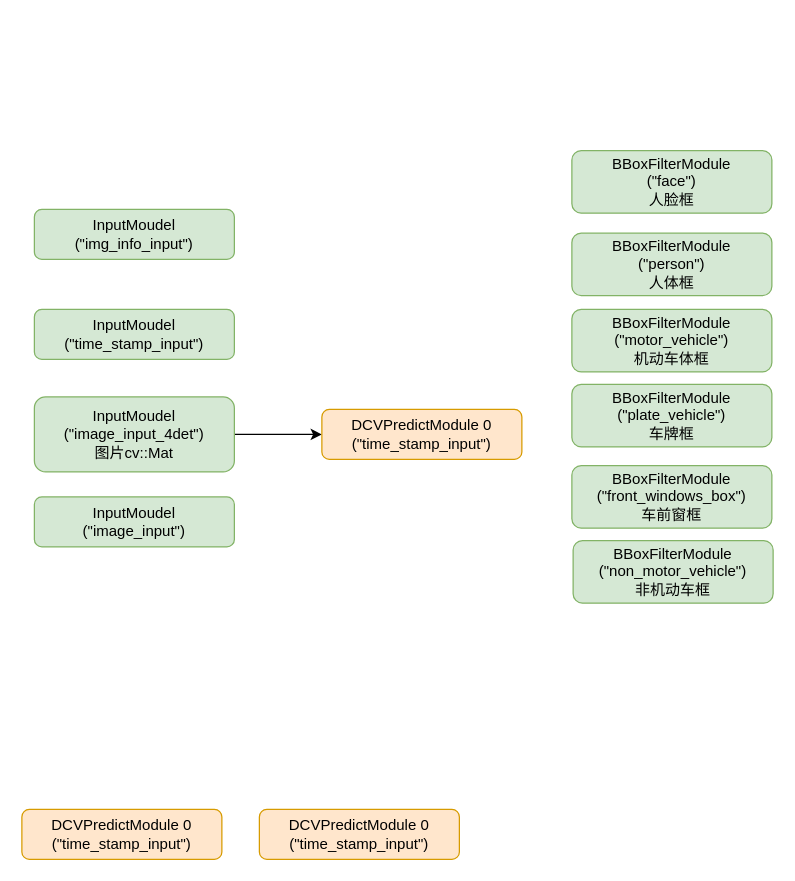
This is 全目标抓拍策略.drawio from Jacksliwen/Jacksliwen, a draw.io file, before an edit. Source tidied: cells renumbered, new cells numbered last; positions are measured from the earlier drawing's top-left corner, leaving out a move shared by most shapes. Both pictures are drawn from the tidied source at 125%, with x=0, y=0 at pixel (21, 150).
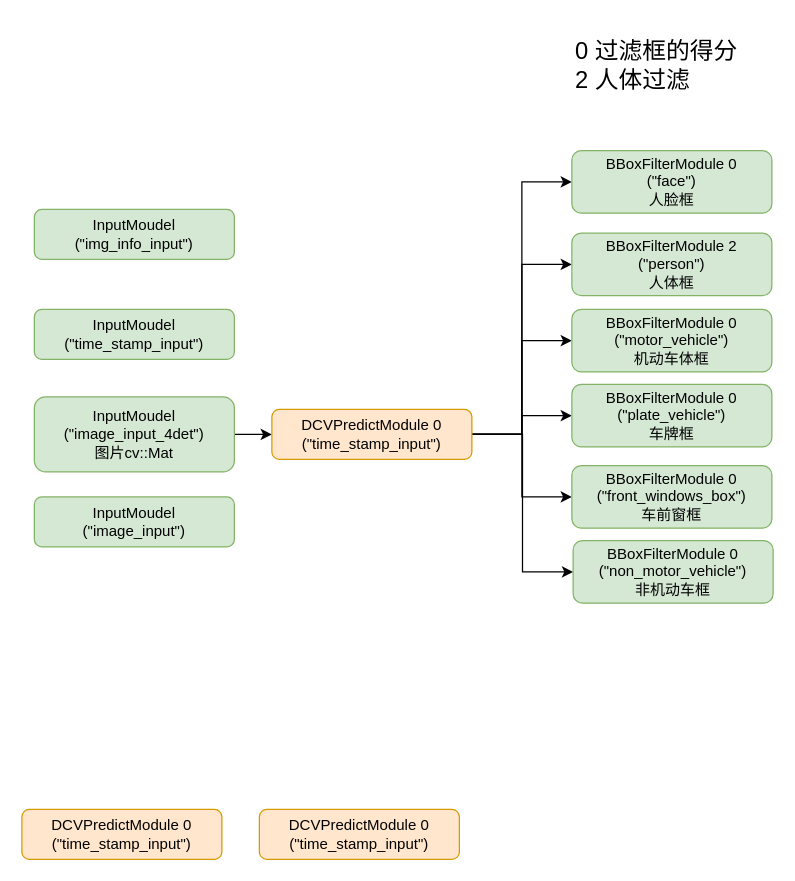
The same diagram, later.

Commit message (it also covers changes not shown here):
Update 全目标抓拍策略.drawio

Change to the diagram source:
```diff
@@
+    <mxCell id="16" style="edgeStyle=orthogonalEdgeStyle;rounded=0;jettySize=auto;html=1;entryX=0;entryY=0.5;entryDx=0;entryDy=0;fontSize=19;exitX=1;exitY=0.5;exitDx=0;exitDy=0;" parent="1" edge="1" source="7" target="11">
+      <mxGeometry relative="1" as="geometry" />
+    </mxCell>
+    <mxCell id="17" style="edgeStyle=orthogonalEdgeStyle;rounded=0;jettySize=auto;html=1;entryX=0;entryY=0.5;entryDx=0;entryDy=0;fontSize=19;" parent="1" edge="1" source="7" target="10">
+      <mxGeometry relative="1" as="geometry" />
+    </mxCell>
+    <mxCell id="18" style="edgeStyle=orthogonalEdgeStyle;rounded=0;jettySize=auto;html=1;entryX=0;entryY=0.5;entryDx=0;entryDy=0;fontSize=19;" parent="1" edge="1" source="7" target="12">
+      <mxGeometry relative="1" as="geometry" />
+    </mxCell>
+    <mxCell id="19" style="edgeStyle=orthogonalEdgeStyle;rounded=0;jettySize=auto;html=1;entryX=0;entryY=0.5;entryDx=0;entryDy=0;fontSize=19;" parent="1" edge="1" source="7" target="15">
+      <mxGeometry relative="1" as="geometry" />
+    </mxCell>
+    <mxCell id="20" style="edgeStyle=orthogonalEdgeStyle;rounded=0;jettySize=auto;html=1;entryX=0;entryY=0.5;entryDx=0;entryDy=0;fontSize=19;" parent="1" edge="1" source="7" target="14">
+      <mxGeometry relative="1" as="geometry" />
+    </mxCell>
+    <mxCell id="21" style="edgeStyle=orthogonalEdgeStyle;rounded=0;jettySize=auto;html=1;entryX=0;entryY=0.5;entryDx=0;entryDy=0;fontSize=19;" parent="1" edge="1" source="7" target="13">
+      <mxGeometry relative="1" as="geometry" />
+    </mxCell>
     <mxCell id="7" value="&lt;div&gt;DCVPredictModule 0 &lt;br&gt;&lt;/div&gt;&lt;div&gt;(&quot;time_stamp_input&quot;)&lt;/div&gt;" style="rounded=1;whiteSpace=wrap;html=1;fillColor=#ffe6cc;strokeColor=#d79b00;" parent="1" vertex="1">
-      <mxGeometry x="240" y="207" width="160" height="40" as="geometry" />
+      <mxGeometry x="200" y="207" width="160" height="40" as="geometry" />
     </mxCell>
@@
-    <mxCell id="10" value="&lt;div&gt;BBoxFilterModule&lt;/div&gt;&lt;div&gt;(&quot;person&quot;)&lt;/div&gt;&lt;div&gt;人体框&lt;br&gt;&lt;/div&gt;" style="rounded=1;whiteSpace=wrap;html=1;fillColor=#d5e8d4;strokeColor=#82b366;" parent="1" vertex="1">
+    <mxCell id="10" value="&lt;div&gt;BBoxFilterModule 2&lt;br&gt;&lt;/div&gt;&lt;div&gt;(&quot;person&quot;)&lt;/div&gt;&lt;div&gt;人体框&lt;br&gt;&lt;/div&gt;" style="rounded=1;whiteSpace=wrap;html=1;fillColor=#d5e8d4;strokeColor=#82b366;" parent="1" vertex="1">
       <mxGeometry x="440" y="66" width="160" height="50" as="geometry" />
     </mxCell>
-    <mxCell id="11" value="&lt;div&gt;BBoxFilterModule&lt;/div&gt;&lt;div&gt;(&quot;face&quot;)&lt;/div&gt;&lt;div&gt;人脸框&lt;br&gt;&lt;/div&gt;" style="rounded=1;whiteSpace=wrap;html=1;fillColor=#d5e8d4;strokeColor=#82b366;" parent="1" vertex="1">
+    <mxCell id="11" value="&lt;div&gt;BBoxFilterModule 0&lt;br&gt;&lt;/div&gt;&lt;div&gt;(&quot;face&quot;)&lt;/div&gt;&lt;div&gt;人脸框&lt;br&gt;&lt;/div&gt;" style="rounded=1;whiteSpace=wrap;html=1;fillColor=#d5e8d4;strokeColor=#82b366;" parent="1" vertex="1">
       <mxGeometry x="440" width="160" height="50" as="geometry" />
     </mxCell>
-    <mxCell id="12" value="&lt;div&gt;BBoxFilterModule&lt;/div&gt;&lt;div&gt;(&quot;motor_vehicle&quot;)&lt;/div&gt;&lt;div&gt;机动车体框&lt;br&gt;&lt;/div&gt;" style="rounded=1;whiteSpace=wrap;html=1;fillColor=#d5e8d4;strokeColor=#82b366;" parent="1" vertex="1">
+    <mxCell id="12" value="&lt;div&gt;BBoxFilterModule 0&lt;br&gt;&lt;/div&gt;&lt;div&gt;(&quot;motor_vehicle&quot;)&lt;/div&gt;&lt;div&gt;机动车体框&lt;br&gt;&lt;/div&gt;" style="rounded=1;whiteSpace=wrap;html=1;fillColor=#d5e8d4;strokeColor=#82b366;" parent="1" vertex="1">
       <mxGeometry x="440" y="127" width="160" height="50" as="geometry" />
     </mxCell>
-    <mxCell id="13" value="&lt;div&gt;BBoxFilterModule&lt;/div&gt;&lt;div&gt;(&quot;non_motor_vehicle&quot;)&lt;/div&gt;&lt;div&gt;非机动车框&lt;br&gt;&lt;/div&gt;" style="rounded=1;whiteSpace=wrap;html=1;fillColor=#d5e8d4;strokeColor=#82b366;" parent="1" vertex="1">
+    <mxCell id="13" value="&lt;div&gt;BBoxFilterModule 0&lt;/div&gt;&lt;div&gt;(&quot;non_motor_vehicle&quot;)&lt;/div&gt;&lt;div&gt;非机动车框&lt;br&gt;&lt;/div&gt;" style="rounded=1;whiteSpace=wrap;html=1;fillColor=#d5e8d4;strokeColor=#82b366;" parent="1" vertex="1">
       <mxGeometry x="441" y="312" width="160" height="50" as="geometry" />
     </mxCell>
-    <mxCell id="14" value="&lt;div&gt;BBoxFilterModule&lt;/div&gt;&lt;div&gt;(&quot;front_windows_box&quot;)&lt;/div&gt;&lt;div&gt;车前窗框&lt;br&gt;&lt;/div&gt;" style="rounded=1;whiteSpace=wrap;html=1;fillColor=#d5e8d4;strokeColor=#82b366;" parent="1" vertex="1">
+    <mxCell id="14" value="&lt;div&gt;BBoxFilterModule 0&lt;/div&gt;&lt;div&gt;(&quot;front_windows_box&quot;)&lt;/div&gt;&lt;div&gt;车前窗框&lt;br&gt;&lt;/div&gt;" style="rounded=1;whiteSpace=wrap;html=1;fillColor=#d5e8d4;strokeColor=#82b366;" parent="1" vertex="1">
       <mxGeometry x="440" y="252" width="160" height="50" as="geometry" />
     </mxCell>
-    <mxCell id="15" value="&lt;div&gt;BBoxFilterModule&lt;/div&gt;&lt;div&gt;(&quot;plate_vehicle&quot;)&lt;/div&gt;&lt;div&gt;车牌框&lt;br&gt;&lt;/div&gt;" style="rounded=1;whiteSpace=wrap;html=1;fillColor=#d5e8d4;strokeColor=#82b366;" parent="1" vertex="1">
+    <mxCell id="15" value="&lt;div&gt;BBoxFilterModule 0&lt;/div&gt;&lt;div&gt;(&quot;plate_vehicle&quot;)&lt;/div&gt;&lt;div&gt;车牌框&lt;br&gt;&lt;/div&gt;" style="rounded=1;whiteSpace=wrap;html=1;fillColor=#d5e8d4;strokeColor=#82b366;" parent="1" vertex="1">
       <mxGeometry x="440" y="187" width="160" height="50" as="geometry" />
     </mxCell>
+    <mxCell id="22" value="&lt;div&gt;0 过滤框的得分&lt;/div&gt;&lt;div&gt;2 人体过滤&lt;br&gt;&lt;/div&gt;" style="text;html=1;strokeColor=none;fillColor=none;align=left;verticalAlign=middle;whiteSpace=wrap;rounded=0;fontSize=19;" parent="1" vertex="1">
+      <mxGeometry x="441" y="-103" width="140" height="70" as="geometry" />
+    </mxCell>
```
